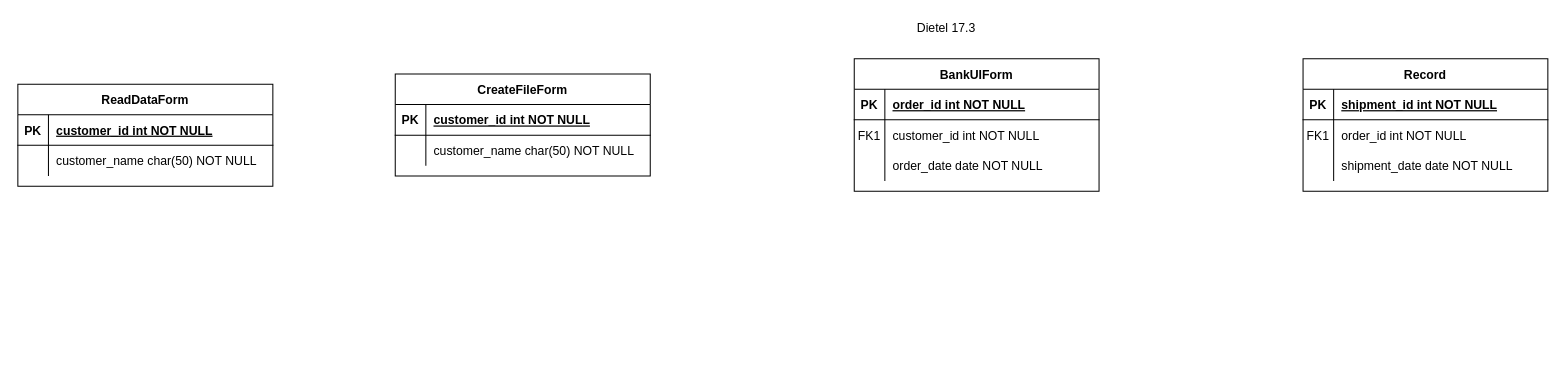
The draw.io diagram Week8.drawio in TheJollyLaMa/DrawIO, before the edit. Source tidied: cells renumbered, new cells numbered last; positions are measured from the earlier drawing's top-left corner, leaving out a move shared by most shapes. Both pictures are drawn from the tidied source at 102%, with x=0, y=0 at pixel (17, 17).
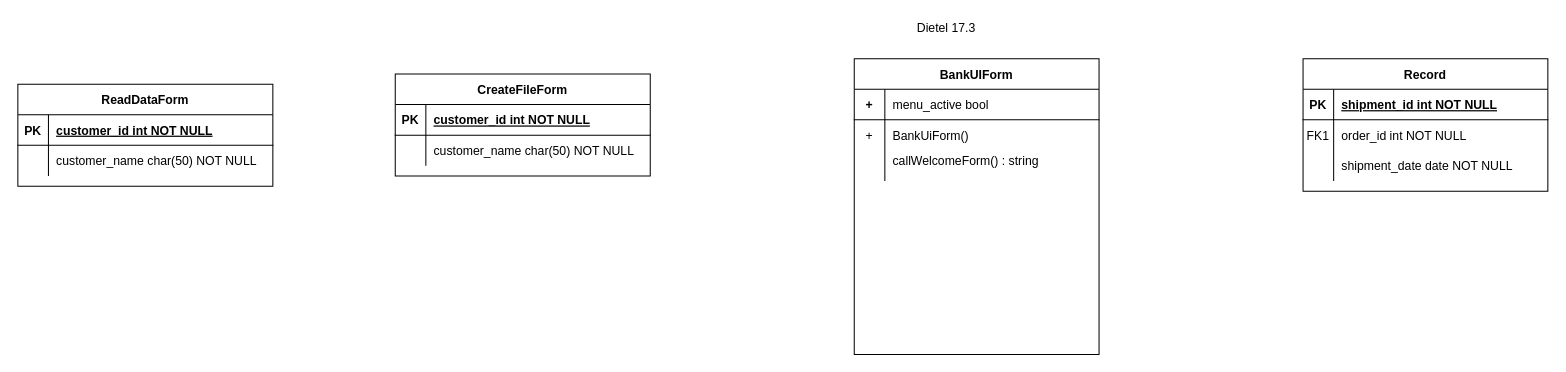
Above is the later version.

The change refers to these unchanged cells:
```xml
<mxCell id="3" style="shape=partialRectangle;fillColor=none;top=0;left=0;right=0;bottom=1;" parent="2" vertex="1">
  <mxGeometry y="30" width="240" height="30" as="geometry" />
</mxCell>
<mxCell id="6" style="shape=partialRectangle;fillColor=none;top=0;left=0;right=0;bottom=0;" parent="2" vertex="1">
  <mxGeometry y="60" width="240" height="30" as="geometry" />
</mxCell>
<mxCell id="9" style="shape=partialRectangle;fillColor=none;top=0;left=0;right=0;bottom=0;" parent="2" vertex="1">
  <mxGeometry y="90" width="240" height="30" as="geometry" />
</mxCell>
```

What changed in the source:
```diff
@@
     <mxCell id="2" value="BankUIForm" style="shape=table;startSize=30;childLayout=tableLayout;rowLines=0;fontStyle=1;align=center;" parent="1" vertex="1">
-      <mxGeometry x="820" y="40" width="240" height="130" as="geometry" />
+      <mxGeometry x="820" y="40" width="240" height="290" as="geometry" />
     </mxCell>
@@
-    <mxCell id="4" value="PK" style="shape=partialRectangle;overflow=hidden;fillColor=none;top=0;left=0;bottom=0;right=0;fontStyle=1;" parent="3" vertex="1">
+    <mxCell id="4" value="+" style="shape=partialRectangle;overflow=hidden;fillColor=none;top=0;left=0;bottom=0;right=0;fontStyle=1;" parent="3" vertex="1">
       <mxGeometry width="30" height="30" as="geometry" />
     </mxCell>
-    <mxCell id="5" value="order_id int NOT NULL " style="shape=partialRectangle;overflow=hidden;fillColor=none;top=0;left=0;bottom=0;right=0;align=left;spacingLeft=6;fontStyle=5;" parent="3" vertex="1">
+    <mxCell id="5" value="menu_active bool" style="shape=partialRectangle;overflow=hidden;fillColor=none;top=0;left=0;bottom=0;right=0;align=left;spacingLeft=6;fontStyle=0;" parent="3" vertex="1">
       <mxGeometry x="30" width="210" height="30" as="geometry" />
     </mxCell>
@@
-    <mxCell id="7" value="FK1" style="shape=partialRectangle;overflow=hidden;fillColor=none;top=0;left=0;bottom=0;right=0;" parent="6" vertex="1">
+    <mxCell id="7" value="+" style="shape=partialRectangle;overflow=hidden;fillColor=none;top=0;left=0;bottom=0;right=0;" parent="6" vertex="1">
       <mxGeometry width="30" height="30" as="geometry" />
     </mxCell>
-    <mxCell id="8" value="customer_id int NOT NULL" style="shape=partialRectangle;overflow=hidden;fillColor=none;top=0;left=0;bottom=0;right=0;align=left;spacingLeft=6;" parent="6" vertex="1">
+    <mxCell id="8" value="BankUiForm()" style="shape=partialRectangle;overflow=hidden;fillColor=none;top=0;left=0;bottom=0;right=0;align=left;spacingLeft=6;" parent="6" vertex="1">
       <mxGeometry x="30" width="210" height="30" as="geometry" />
     </mxCell>
@@
-    <mxCell id="11" value="order_date date NOT NULL" style="shape=partialRectangle;overflow=hidden;fillColor=none;top=0;left=0;bottom=0;right=0;align=left;spacingLeft=6;" parent="9" vertex="1">
+    <mxCell id="11" style="shape=partialRectangle;overflow=hidden;fillColor=none;top=0;left=0;bottom=0;right=0;align=left;spacingLeft=6;" parent="9" vertex="1">
       <mxGeometry x="30" width="210" height="30" as="geometry" />
     </mxCell>
@@
+    <mxCell id="37" value="callWelcomeForm() : string" style="shape=partialRectangle;overflow=hidden;fillColor=none;top=0;left=0;bottom=0;right=0;align=left;spacingLeft=6;" parent="1" vertex="1">
+      <mxGeometry x="850" y="125" width="210" height="30" as="geometry" />
+    </mxCell>
+    <mxCell id="38" style="shape=partialRectangle;overflow=hidden;fillColor=none;top=0;left=0;bottom=0;right=0;align=left;spacingLeft=6;" parent="1" vertex="1">
+      <mxGeometry x="850" y="155" width="210" height="30" as="geometry" />
+    </mxCell>
```
